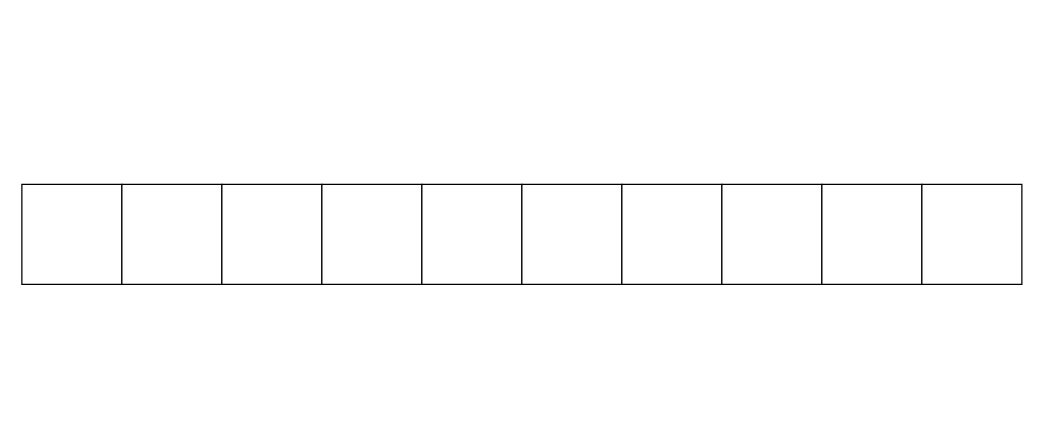
The draw.io diagram diagram-src/set-diagram.drawio in hyperdriveguy/cse212-final-project, before the edit. Source tidied: cells renumbered, new cells numbered last; positions are measured from the earlier drawing's top-left corner, leaving out a move shared by most shapes. Both pictures are drawn from the tidied source at 125%, with x=0, y=0 at pixel (21, 184).
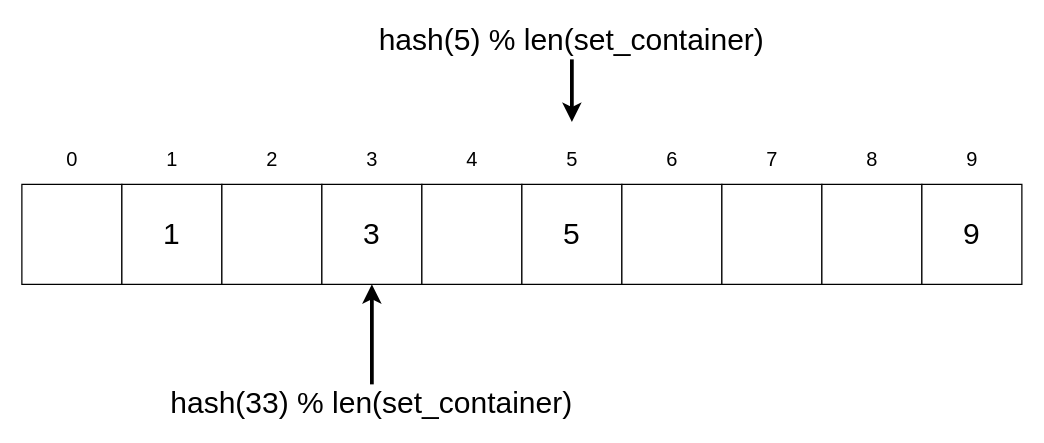
Above is the later version.

Change to the diagram source:
```diff
@@
-    <mxCell id="3" style="rounded=0;whiteSpace=wrap;html=1;" parent="1" vertex="1">
+    <mxCell id="3" value="&lt;font style=&quot;font-size: 24px&quot;&gt;1&lt;/font&gt;" style="rounded=0;whiteSpace=wrap;html=1;" parent="1" vertex="1">
       <mxGeometry x="80" width="80" height="80" as="geometry" />
     </mxCell>
@@
-    <mxCell id="5" style="rounded=0;whiteSpace=wrap;html=1;" parent="1" vertex="1">
+    <mxCell id="5" value="&lt;font style=&quot;font-size: 24px&quot;&gt;3&lt;/font&gt;" style="rounded=0;whiteSpace=wrap;html=1;" parent="1" vertex="1">
       <mxGeometry x="240" width="80" height="80" as="geometry" />
     </mxCell>
@@
-    <mxCell id="7" style="rounded=0;whiteSpace=wrap;html=1;" parent="1" vertex="1">
+    <mxCell id="7" value="&lt;font style=&quot;font-size: 24px&quot;&gt;5&lt;/font&gt;" style="rounded=0;whiteSpace=wrap;html=1;" parent="1" vertex="1">
       <mxGeometry x="400" width="80" height="80" as="geometry" />
     </mxCell>
@@
-    <mxCell id="11" style="rounded=0;whiteSpace=wrap;html=1;" parent="1" vertex="1">
+    <mxCell id="11" value="&lt;font style=&quot;font-size: 24px&quot;&gt;9&lt;/font&gt;" style="rounded=0;whiteSpace=wrap;html=1;" parent="1" vertex="1">
       <mxGeometry x="720" width="80" height="80" as="geometry" />
     </mxCell>
+    <mxCell id="12" value="&lt;font style=&quot;font-size: 16px&quot;&gt;0&lt;/font&gt;" style="text;html=1;align=center;verticalAlign=middle;strokeColor=none;fillColor=none;" parent="1" vertex="1">
+      <mxGeometry x="30" y="-30" width="20" height="20" as="geometry" />
+    </mxCell>
+    <mxCell id="13" value="&lt;font style=&quot;font-size: 16px&quot;&gt;1&lt;/font&gt;" style="text;html=1;align=center;verticalAlign=middle;strokeColor=none;fillColor=none;" parent="1" vertex="1">
+      <mxGeometry x="110" y="-30" width="20" height="20" as="geometry" />
+    </mxCell>
+    <mxCell id="14" value="2" style="text;html=1;align=center;verticalAlign=middle;strokeColor=none;fillColor=none;fontSize=16;" parent="1" vertex="1">
+      <mxGeometry x="190" y="-30" width="20" height="20" as="geometry" />
+    </mxCell>
+    <mxCell id="15" value="3" style="text;html=1;align=center;verticalAlign=middle;strokeColor=none;fillColor=none;fontSize=16;" parent="1" vertex="1">
+      <mxGeometry x="270" y="-30" width="20" height="20" as="geometry" />
+    </mxCell>
+    <mxCell id="16" value="4" style="text;html=1;align=center;verticalAlign=middle;strokeColor=none;fillColor=none;fontSize=16;" parent="1" vertex="1">
+      <mxGeometry x="350" y="-30" width="20" height="20" as="geometry" />
+    </mxCell>
+    <mxCell id="17" value="5" style="text;html=1;align=center;verticalAlign=middle;strokeColor=none;fillColor=none;fontSize=16;" parent="1" vertex="1">
+      <mxGeometry x="430" y="-30" width="20" height="20" as="geometry" />
+    </mxCell>
+    <mxCell id="18" value="6" style="text;html=1;align=center;verticalAlign=middle;strokeColor=none;fillColor=none;fontSize=16;" parent="1" vertex="1">
+      <mxGeometry x="510" y="-30" width="20" height="20" as="geometry" />
+    </mxCell>
+    <mxCell id="19" value="7" style="text;html=1;align=center;verticalAlign=middle;strokeColor=none;fillColor=none;fontSize=16;" parent="1" vertex="1">
+      <mxGeometry x="590" y="-30" width="20" height="20" as="geometry" />
+    </mxCell>
+    <mxCell id="20" value="8" style="text;html=1;align=center;verticalAlign=middle;strokeColor=none;fillColor=none;fontSize=16;" parent="1" vertex="1">
+      <mxGeometry x="670" y="-30" width="20" height="20" as="geometry" />
+    </mxCell>
+    <mxCell id="21" value="9" style="text;html=1;align=center;verticalAlign=middle;strokeColor=none;fillColor=none;fontSize=16;" parent="1" vertex="1">
+      <mxGeometry x="750" y="-30" width="20" height="20" as="geometry" />
+    </mxCell>
+    <mxCell id="22" style="edgeStyle=orthogonalEdgeStyle;rounded=0;jettySize=auto;html=1;fontSize=24;strokeWidth=3;" parent="1" edge="1" source="23">
+      <mxGeometry relative="1" as="geometry">
+        <mxPoint x="440" y="-50" as="targetPoint" />
+      </mxGeometry>
+    </mxCell>
+    <mxCell id="23" value="hash(5) % len(set_container)" style="text;html=1;strokeColor=none;fillColor=none;align=center;verticalAlign=middle;whiteSpace=wrap;rounded=0;fontSize=24;" parent="1" vertex="1">
+      <mxGeometry x="280" y="-130" width="320" height="30" as="geometry" />
+    </mxCell>
+    <mxCell id="24" style="edgeStyle=orthogonalEdgeStyle;rounded=0;jettySize=auto;html=1;fontSize=24;strokeWidth=3;" parent="1" edge="1" source="25" target="5">
+      <mxGeometry relative="1" as="geometry" />
+    </mxCell>
+    <mxCell id="25" value="hash(33) % len(set_container)" style="text;html=1;strokeColor=none;fillColor=none;align=center;verticalAlign=middle;whiteSpace=wrap;rounded=0;fontSize=24;" parent="1" vertex="1">
+      <mxGeometry x="115" y="160" width="330" height="30" as="geometry" />
+    </mxCell>
```
